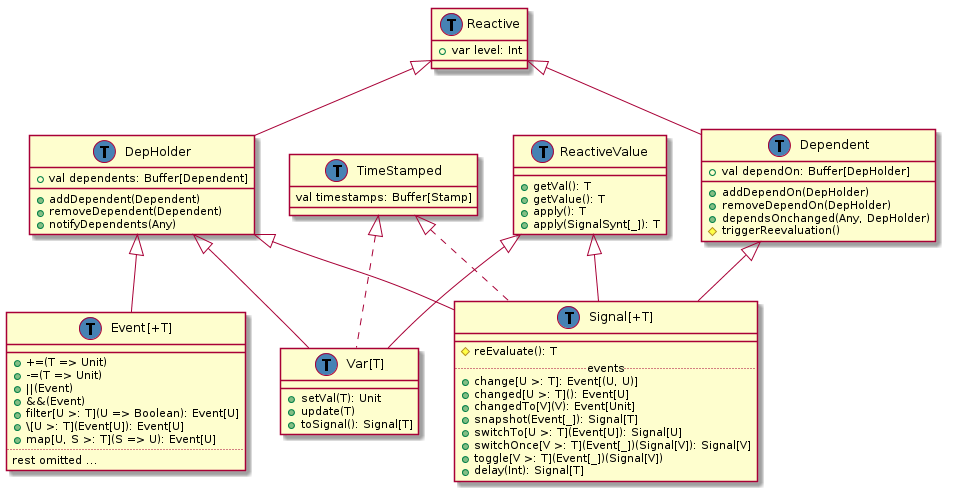
rescala-lang/REScala keeps this PlantUML diagram as doc/class-hierarchy/post-refactoring-may-14.png. Above is the earlier version.
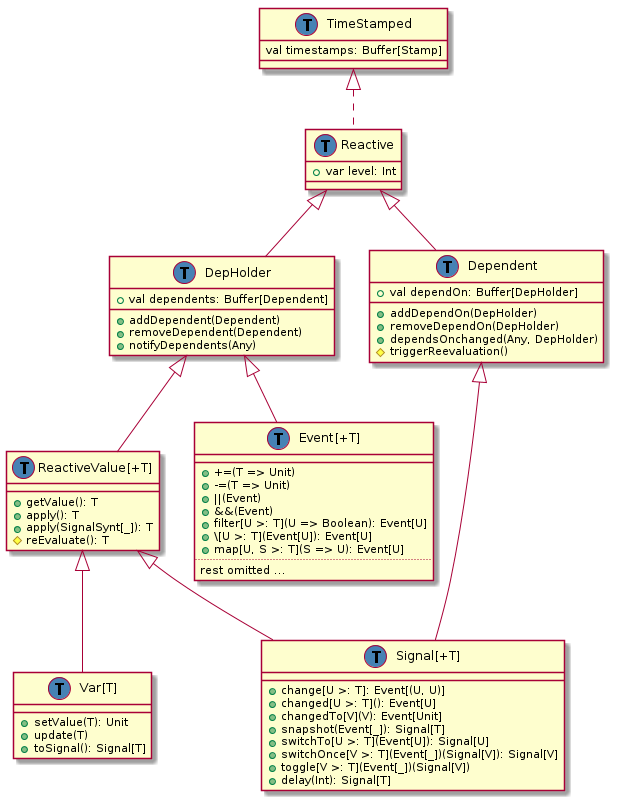
After the change.

Diff of the diagram source:
```diff
@@ -2,6 +2,7 @@
 class Reactive {
   +var level: Int
 }
+TimeStamped <|.. Reactive
 
 class DepHolder extends Reactive {
   +val dependents: Buffer[Dependent]
@@ -9,6 +10,13 @@
   +addDependent(Dependent)
   +removeDependent(Dependent)
   +notifyDependents(Any)
+}
+
+class "ReactiveValue[+T]" as ReactiveValue extends DepHolder {
+  +getValue(): T
+  +apply(): T
+  +apply(SignalSynt[_]): T
+  #reEvaluate(): T
 }
 
 class Dependent extends Reactive {
@@ -22,19 +30,15 @@
 
 class "Var[T]" as Var {
   __
-  +setVal(T): Unit
+  +setValue(T): Unit
   +update(T)
   +toSignal(): Signal[T]
 }
 
-TimeStamped <|.. Var
-DepHolder <|-- Var
 ReactiveValue <|-- Var
 
 class "Signal[+T]" as Signal {
   __
-  #reEvaluate(): T
-  .. events ..
   +change[U >: T]: Event[(U, U)]
   +changed[U >: T](): Event[U]
   +changedTo[V](V): Event[Unit]
@@ -45,9 +49,7 @@
   +delay(Int): Signal[T]
 }
 
-DepHolder <|-- Signal
 Dependent <|-- Signal
-TimeStamped <|.. Signal
 ReactiveValue <|-- Signal
 
 class "Event[+T]" as Event extends DepHolder {
@@ -67,13 +69,6 @@
   val timestamps: Buffer[Stamp]
 }
 
-class "ReactiveValue[+T]" as ReactiveValue {
-  +getVal(): T
-  +getValue(): T
-  +apply(): T
-  +apply(SignalSynt[_]): T
-}
-
 class Signal << (T,#4682b4) >>
 class Var << (T,#4682b4) >>
 class DepHolder << (T,#4682b4) >>
```
